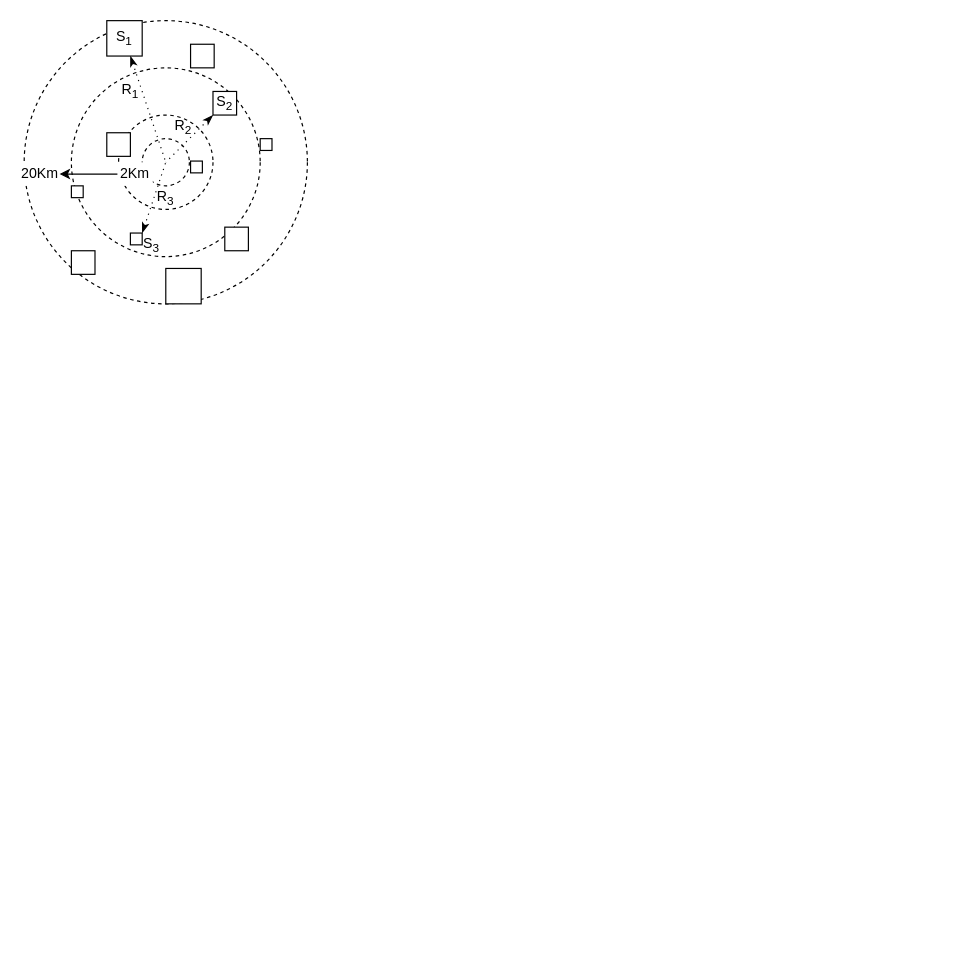
This is page "2" (2 of 2) of 基础教程/A4-经典机器学习算法（更新中）/第1步 回归算法/images/diagrams.drawio from microsoft/ai-edu, a draw.io file, before an edit. Source tidied: cells renumbered, new cells numbered last; positions are measured from the earlier drawing's top-left corner, leaving out a move shared by most shapes. Both pictures are drawn from the tidied source at 118%, with x=0, y=0 at pixel (20, 20).
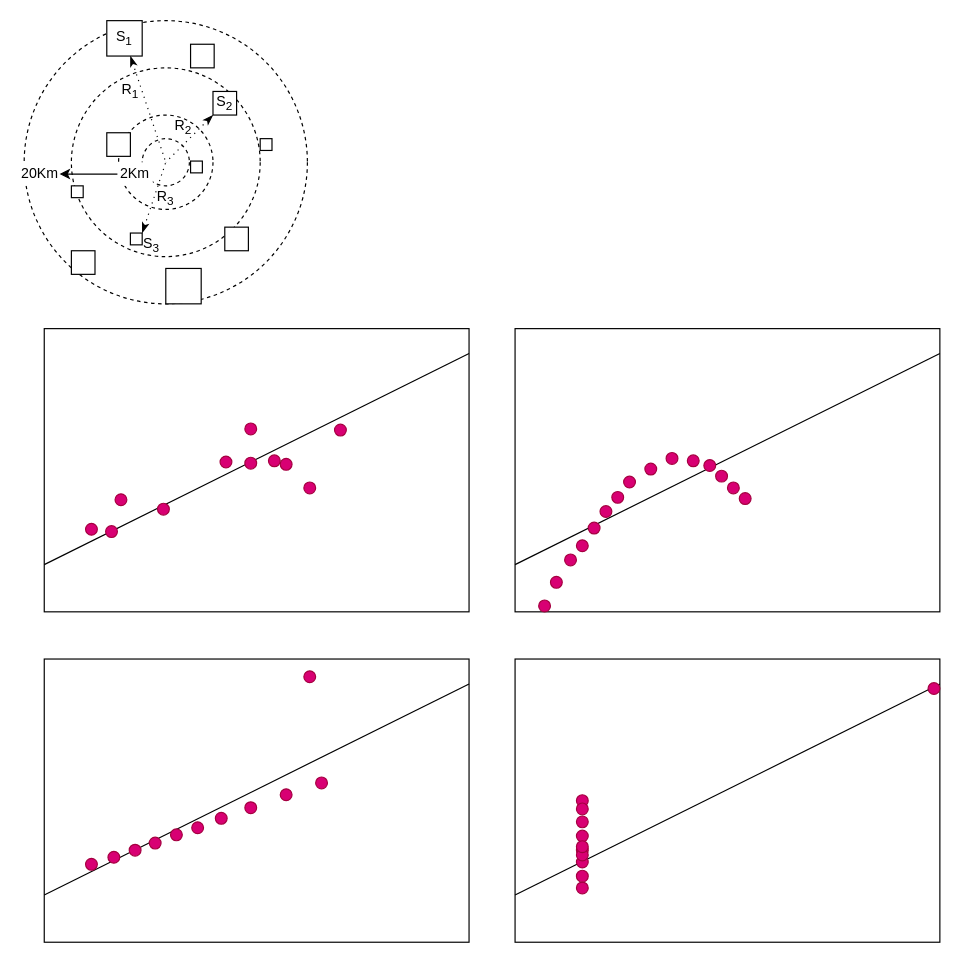
The same page after the edit.

Change to the diagram source:
```diff
@@
+    <mxCell id="27" style="group;" parent="1" vertex="1">
+      <mxGeometry x="20" y="541" width="360" height="240" as="geometry" />
+    </mxCell>
+    <mxCell id="28" style="rounded=0;whiteSpace=wrap;html=1;" parent="27" vertex="1">
+      <mxGeometry width="360" height="240" as="geometry" />
+    </mxCell>
+    <mxCell id="29" style="endArrow=none;html=1;entryX=1;entryY=0.088;entryDx=0;entryDy=0;entryPerimeter=0;" parent="27" edge="1" target="28">
+      <mxGeometry relative="1" as="geometry">
+        <mxPoint y="200" as="sourcePoint" />
+        <Array as="points">
+          <mxPoint y="200" />
+        </Array>
+      </mxGeometry>
+    </mxCell>
+    <mxCell id="30" style="ellipse;whiteSpace=wrap;html=1;fillColor=#d80073;strokeColor=#A50040;fontColor=#ffffff;" parent="27" vertex="1">
+      <mxGeometry x="35" y="169" width="10" height="10" as="geometry" />
+    </mxCell>
+    <mxCell id="31" style="ellipse;whiteSpace=wrap;html=1;fillColor=#d80073;strokeColor=#A50040;fontColor=#ffffff;" parent="27" vertex="1">
+      <mxGeometry x="72" y="157" width="10" height="10" as="geometry" />
+    </mxCell>
+    <mxCell id="32" style="ellipse;whiteSpace=wrap;html=1;fillColor=#d80073;strokeColor=#A50040;fontColor=#ffffff;" parent="27" vertex="1">
+      <mxGeometry x="89" y="151" width="10" height="10" as="geometry" />
+    </mxCell>
+    <mxCell id="33" style="ellipse;whiteSpace=wrap;html=1;fillColor=#d80073;strokeColor=#A50040;fontColor=#ffffff;" parent="27" vertex="1">
+      <mxGeometry x="107" y="144" width="10" height="10" as="geometry" />
+    </mxCell>
+    <mxCell id="34" style="ellipse;whiteSpace=wrap;html=1;fillColor=#d80073;strokeColor=#A50040;fontColor=#ffffff;" parent="27" vertex="1">
+      <mxGeometry x="145" y="130" width="10" height="10" as="geometry" />
+    </mxCell>
+    <mxCell id="35" style="ellipse;whiteSpace=wrap;html=1;fillColor=#d80073;strokeColor=#A50040;fontColor=#ffffff;" parent="27" vertex="1">
+      <mxGeometry x="54" y="163" width="10" height="10" as="geometry" />
+    </mxCell>
+    <mxCell id="36" style="ellipse;whiteSpace=wrap;html=1;fillColor=#d80073;strokeColor=#A50040;fontColor=#ffffff;" parent="27" vertex="1">
+      <mxGeometry x="125" y="138" width="10" height="10" as="geometry" />
+    </mxCell>
+    <mxCell id="37" style="ellipse;whiteSpace=wrap;html=1;fillColor=#d80073;strokeColor=#A50040;fontColor=#ffffff;" parent="27" vertex="1">
+      <mxGeometry x="170" y="121" width="10" height="10" as="geometry" />
+    </mxCell>
+    <mxCell id="38" style="ellipse;whiteSpace=wrap;html=1;fillColor=#d80073;strokeColor=#A50040;fontColor=#ffffff;" parent="27" vertex="1">
+      <mxGeometry x="200" y="110" width="10" height="10" as="geometry" />
+    </mxCell>
+    <mxCell id="39" style="ellipse;whiteSpace=wrap;html=1;fillColor=#d80073;strokeColor=#A50040;fontColor=#ffffff;" parent="27" vertex="1">
+      <mxGeometry x="220" y="10" width="10" height="10" as="geometry" />
+    </mxCell>
+    <mxCell id="40" style="ellipse;whiteSpace=wrap;html=1;fillColor=#d80073;strokeColor=#A50040;fontColor=#ffffff;" parent="27" vertex="1">
+      <mxGeometry x="230" y="100" width="10" height="10" as="geometry" />
+    </mxCell>
+    <mxCell id="41" style="group;" parent="1" vertex="1">
+      <mxGeometry x="419" y="541" width="360" height="240" as="geometry" />
+    </mxCell>
+    <mxCell id="42" style="rounded=0;whiteSpace=wrap;html=1;" parent="41" vertex="1">
+      <mxGeometry width="360" height="240" as="geometry" />
+    </mxCell>
+    <mxCell id="43" style="endArrow=none;html=1;entryX=1;entryY=0.088;entryDx=0;entryDy=0;entryPerimeter=0;" parent="41" edge="1" target="42">
+      <mxGeometry relative="1" as="geometry">
+        <mxPoint y="200" as="sourcePoint" />
+        <Array as="points">
+          <mxPoint y="200" />
+        </Array>
+      </mxGeometry>
+    </mxCell>
+    <mxCell id="44" style="ellipse;whiteSpace=wrap;html=1;fillColor=#d80073;strokeColor=#A50040;fontColor=#ffffff;" parent="41" vertex="1">
+      <mxGeometry x="52" y="133" width="10" height="10" as="geometry" />
+    </mxCell>
+    <mxCell id="45" style="ellipse;whiteSpace=wrap;html=1;fillColor=#d80073;strokeColor=#A50040;fontColor=#ffffff;" parent="41" vertex="1">
+      <mxGeometry x="52" y="115" width="10" height="10" as="geometry" />
+    </mxCell>
+    <mxCell id="46" style="ellipse;whiteSpace=wrap;html=1;fillColor=#d80073;strokeColor=#A50040;fontColor=#ffffff;" parent="41" vertex="1">
+      <mxGeometry x="52" y="157" width="10" height="10" as="geometry" />
+    </mxCell>
+    <mxCell id="47" style="ellipse;whiteSpace=wrap;html=1;fillColor=#d80073;strokeColor=#A50040;fontColor=#ffffff;" parent="41" vertex="1">
+      <mxGeometry x="52" y="145" width="10" height="10" as="geometry" />
+    </mxCell>
+    <mxCell id="48" style="ellipse;whiteSpace=wrap;html=1;fillColor=#d80073;strokeColor=#A50040;fontColor=#ffffff;" parent="41" vertex="1">
+      <mxGeometry x="52" y="189" width="10" height="10" as="geometry" />
+    </mxCell>
+    <mxCell id="49" style="ellipse;whiteSpace=wrap;html=1;fillColor=#d80073;strokeColor=#A50040;fontColor=#ffffff;" parent="41" vertex="1">
+      <mxGeometry x="52" y="167" width="10" height="10" as="geometry" />
+    </mxCell>
+    <mxCell id="50" style="ellipse;whiteSpace=wrap;html=1;fillColor=#d80073;strokeColor=#A50040;fontColor=#ffffff;" parent="41" vertex="1">
+      <mxGeometry x="52" y="179" width="10" height="10" as="geometry" />
+    </mxCell>
+    <mxCell id="51" style="ellipse;whiteSpace=wrap;html=1;fillColor=#d80073;strokeColor=#A50040;fontColor=#ffffff;" parent="41" vertex="1">
+      <mxGeometry x="52" y="161" width="10" height="10" as="geometry" />
+    </mxCell>
+    <mxCell id="52" style="ellipse;whiteSpace=wrap;html=1;fillColor=#d80073;strokeColor=#A50040;fontColor=#ffffff;" parent="41" vertex="1">
+      <mxGeometry x="52" y="122" width="10" height="10" as="geometry" />
+    </mxCell>
+    <mxCell id="53" style="ellipse;whiteSpace=wrap;html=1;fillColor=#d80073;strokeColor=#A50040;fontColor=#ffffff;" parent="41" vertex="1">
+      <mxGeometry x="52" y="154" width="10" height="10" as="geometry" />
+    </mxCell>
+    <mxCell id="54" style="ellipse;whiteSpace=wrap;html=1;fillColor=#d80073;strokeColor=#A50040;fontColor=#ffffff;" parent="41" vertex="1">
+      <mxGeometry x="350" y="20" width="10" height="10" as="geometry" />
+    </mxCell>
+    <mxCell id="55" style="group;" parent="1" vertex="1">
+      <mxGeometry x="419" y="261" width="360" height="240" as="geometry" />
+    </mxCell>
+    <mxCell id="56" style="rounded=0;whiteSpace=wrap;html=1;" parent="55" vertex="1">
+      <mxGeometry width="360" height="240" as="geometry" />
+    </mxCell>
+    <mxCell id="57" style="endArrow=none;html=1;entryX=1;entryY=0.088;entryDx=0;entryDy=0;entryPerimeter=0;" parent="55" edge="1" target="56">
+      <mxGeometry relative="1" as="geometry">
+        <mxPoint y="200" as="sourcePoint" />
+        <Array as="points">
+          <mxPoint y="200" />
+        </Array>
+      </mxGeometry>
+    </mxCell>
+    <mxCell id="58" style="ellipse;whiteSpace=wrap;html=1;fillColor=#d80073;strokeColor=#A50040;fontColor=#ffffff;" parent="55" vertex="1">
+      <mxGeometry x="30" y="210" width="10" height="10" as="geometry" />
+    </mxCell>
+    <mxCell id="59" style="ellipse;whiteSpace=wrap;html=1;fillColor=#d80073;strokeColor=#A50040;fontColor=#ffffff;" parent="55" vertex="1">
+      <mxGeometry x="52" y="179" width="10" height="10" as="geometry" />
+    </mxCell>
+    <mxCell id="60" style="ellipse;whiteSpace=wrap;html=1;fillColor=#d80073;strokeColor=#A50040;fontColor=#ffffff;" parent="55" vertex="1">
+      <mxGeometry x="62" y="164" width="10" height="10" as="geometry" />
+    </mxCell>
+    <mxCell id="61" style="ellipse;whiteSpace=wrap;html=1;fillColor=#d80073;strokeColor=#A50040;fontColor=#ffffff;" parent="55" vertex="1">
+      <mxGeometry x="92" y="125" width="10" height="10" as="geometry" />
+    </mxCell>
+    <mxCell id="62" style="ellipse;whiteSpace=wrap;html=1;fillColor=#d80073;strokeColor=#A50040;fontColor=#ffffff;" parent="55" vertex="1">
+      <mxGeometry x="82" y="138" width="10" height="10" as="geometry" />
+    </mxCell>
+    <mxCell id="63" style="ellipse;whiteSpace=wrap;html=1;fillColor=#d80073;strokeColor=#A50040;fontColor=#ffffff;" parent="55" vertex="1">
+      <mxGeometry x="20" y="230" width="10" height="10" as="geometry" />
+    </mxCell>
+    <mxCell id="64" style="ellipse;whiteSpace=wrap;html=1;fillColor=#d80073;strokeColor=#A50040;fontColor=#ffffff;" parent="55" vertex="1">
+      <mxGeometry x="72" y="150" width="10" height="10" as="geometry" />
+    </mxCell>
+    <mxCell id="65" style="ellipse;whiteSpace=wrap;html=1;fillColor=#d80073;strokeColor=#A50040;fontColor=#ffffff;" parent="55" vertex="1">
+      <mxGeometry x="110" y="114" width="10" height="10" as="geometry" />
+    </mxCell>
+    <mxCell id="66" style="ellipse;whiteSpace=wrap;html=1;fillColor=#d80073;strokeColor=#A50040;fontColor=#ffffff;" parent="55" vertex="1">
+      <mxGeometry x="128" y="105" width="10" height="10" as="geometry" />
+    </mxCell>
+    <mxCell id="67" style="ellipse;whiteSpace=wrap;html=1;fillColor=#d80073;strokeColor=#A50040;fontColor=#ffffff;" parent="55" vertex="1">
+      <mxGeometry x="160" y="111" width="10" height="10" as="geometry" />
+    </mxCell>
+    <mxCell id="68" style="ellipse;whiteSpace=wrap;html=1;fillColor=#d80073;strokeColor=#A50040;fontColor=#ffffff;" parent="55" vertex="1">
+      <mxGeometry x="146" y="107" width="10" height="10" as="geometry" />
+    </mxCell>
+    <mxCell id="69" style="ellipse;whiteSpace=wrap;html=1;fillColor=#d80073;strokeColor=#A50040;fontColor=#ffffff;" parent="55" vertex="1">
+      <mxGeometry x="170" y="120" width="10" height="10" as="geometry" />
+    </mxCell>
+    <mxCell id="70" style="ellipse;whiteSpace=wrap;html=1;fillColor=#d80073;strokeColor=#A50040;fontColor=#ffffff;" parent="55" vertex="1">
+      <mxGeometry x="180" y="130" width="10" height="10" as="geometry" />
+    </mxCell>
+    <mxCell id="71" style="ellipse;whiteSpace=wrap;html=1;fillColor=#d80073;strokeColor=#A50040;fontColor=#ffffff;" parent="55" vertex="1">
+      <mxGeometry x="190" y="139" width="10" height="10" as="geometry" />
+    </mxCell>
+    <mxCell id="72" style="ellipse;whiteSpace=wrap;html=1;fillColor=#d80073;strokeColor=#A50040;fontColor=#ffffff;" parent="55" vertex="1">
+      <mxGeometry x="42" y="191" width="10" height="10" as="geometry" />
+    </mxCell>
+    <mxCell id="73" style="group;" parent="1" vertex="1">
+      <mxGeometry x="20" y="261" width="360" height="240" as="geometry" />
+    </mxCell>
+    <mxCell id="74" style="rounded=0;whiteSpace=wrap;html=1;" parent="73" vertex="1">
+      <mxGeometry width="360" height="240" as="geometry" />
+    </mxCell>
+    <mxCell id="75" style="endArrow=none;html=1;entryX=1;entryY=0.088;entryDx=0;entryDy=0;entryPerimeter=0;" parent="73" edge="1" target="74">
+      <mxGeometry relative="1" as="geometry">
+        <mxPoint y="200" as="sourcePoint" />
+        <Array as="points">
+          <mxPoint y="200" />
+        </Array>
+      </mxGeometry>
+    </mxCell>
+    <mxCell id="76" style="ellipse;whiteSpace=wrap;html=1;fillColor=#d80073;strokeColor=#A50040;fontColor=#ffffff;" parent="73" vertex="1">
+      <mxGeometry x="35" y="165" width="10" height="10" as="geometry" />
+    </mxCell>
+    <mxCell id="77" style="ellipse;whiteSpace=wrap;html=1;fillColor=#d80073;strokeColor=#A50040;fontColor=#ffffff;" parent="73" vertex="1">
+      <mxGeometry x="60" y="140" width="10" height="10" as="geometry" />
+    </mxCell>
+    <mxCell id="78" style="ellipse;whiteSpace=wrap;html=1;fillColor=#d80073;strokeColor=#A50040;fontColor=#ffffff;" parent="73" vertex="1">
+      <mxGeometry x="96" y="148" width="10" height="10" as="geometry" />
+    </mxCell>
+    <mxCell id="79" style="ellipse;whiteSpace=wrap;html=1;fillColor=#d80073;strokeColor=#A50040;fontColor=#ffffff;" parent="73" vertex="1">
+      <mxGeometry x="170" y="109" width="10" height="10" as="geometry" />
+    </mxCell>
+    <mxCell id="80" style="ellipse;whiteSpace=wrap;html=1;fillColor=#d80073;strokeColor=#A50040;fontColor=#ffffff;" parent="73" vertex="1">
+      <mxGeometry x="170" y="80" width="10" height="10" as="geometry" />
+    </mxCell>
+    <mxCell id="81" style="ellipse;whiteSpace=wrap;html=1;fillColor=#d80073;strokeColor=#A50040;fontColor=#ffffff;" parent="73" vertex="1">
+      <mxGeometry x="52" y="167" width="10" height="10" as="geometry" />
+    </mxCell>
+    <mxCell id="82" style="ellipse;whiteSpace=wrap;html=1;fillColor=#d80073;strokeColor=#A50040;fontColor=#ffffff;" parent="73" vertex="1">
+      <mxGeometry x="149" y="108" width="10" height="10" as="geometry" />
+    </mxCell>
+    <mxCell id="83" style="ellipse;whiteSpace=wrap;html=1;fillColor=#d80073;strokeColor=#A50040;fontColor=#ffffff;" parent="73" vertex="1">
+      <mxGeometry x="190" y="107" width="10" height="10" as="geometry" />
+    </mxCell>
+    <mxCell id="84" style="ellipse;whiteSpace=wrap;html=1;fillColor=#d80073;strokeColor=#A50040;fontColor=#ffffff;" parent="73" vertex="1">
+      <mxGeometry x="200" y="110" width="10" height="10" as="geometry" />
+    </mxCell>
+    <mxCell id="85" style="ellipse;whiteSpace=wrap;html=1;fillColor=#d80073;strokeColor=#A50040;fontColor=#ffffff;" parent="73" vertex="1">
+      <mxGeometry x="246" y="81" width="10" height="10" as="geometry" />
+    </mxCell>
+    <mxCell id="86" style="ellipse;whiteSpace=wrap;html=1;fillColor=#d80073;strokeColor=#A50040;fontColor=#ffffff;" parent="73" vertex="1">
+      <mxGeometry x="220" y="130" width="10" height="10" as="geometry" />
+    </mxCell>
```
